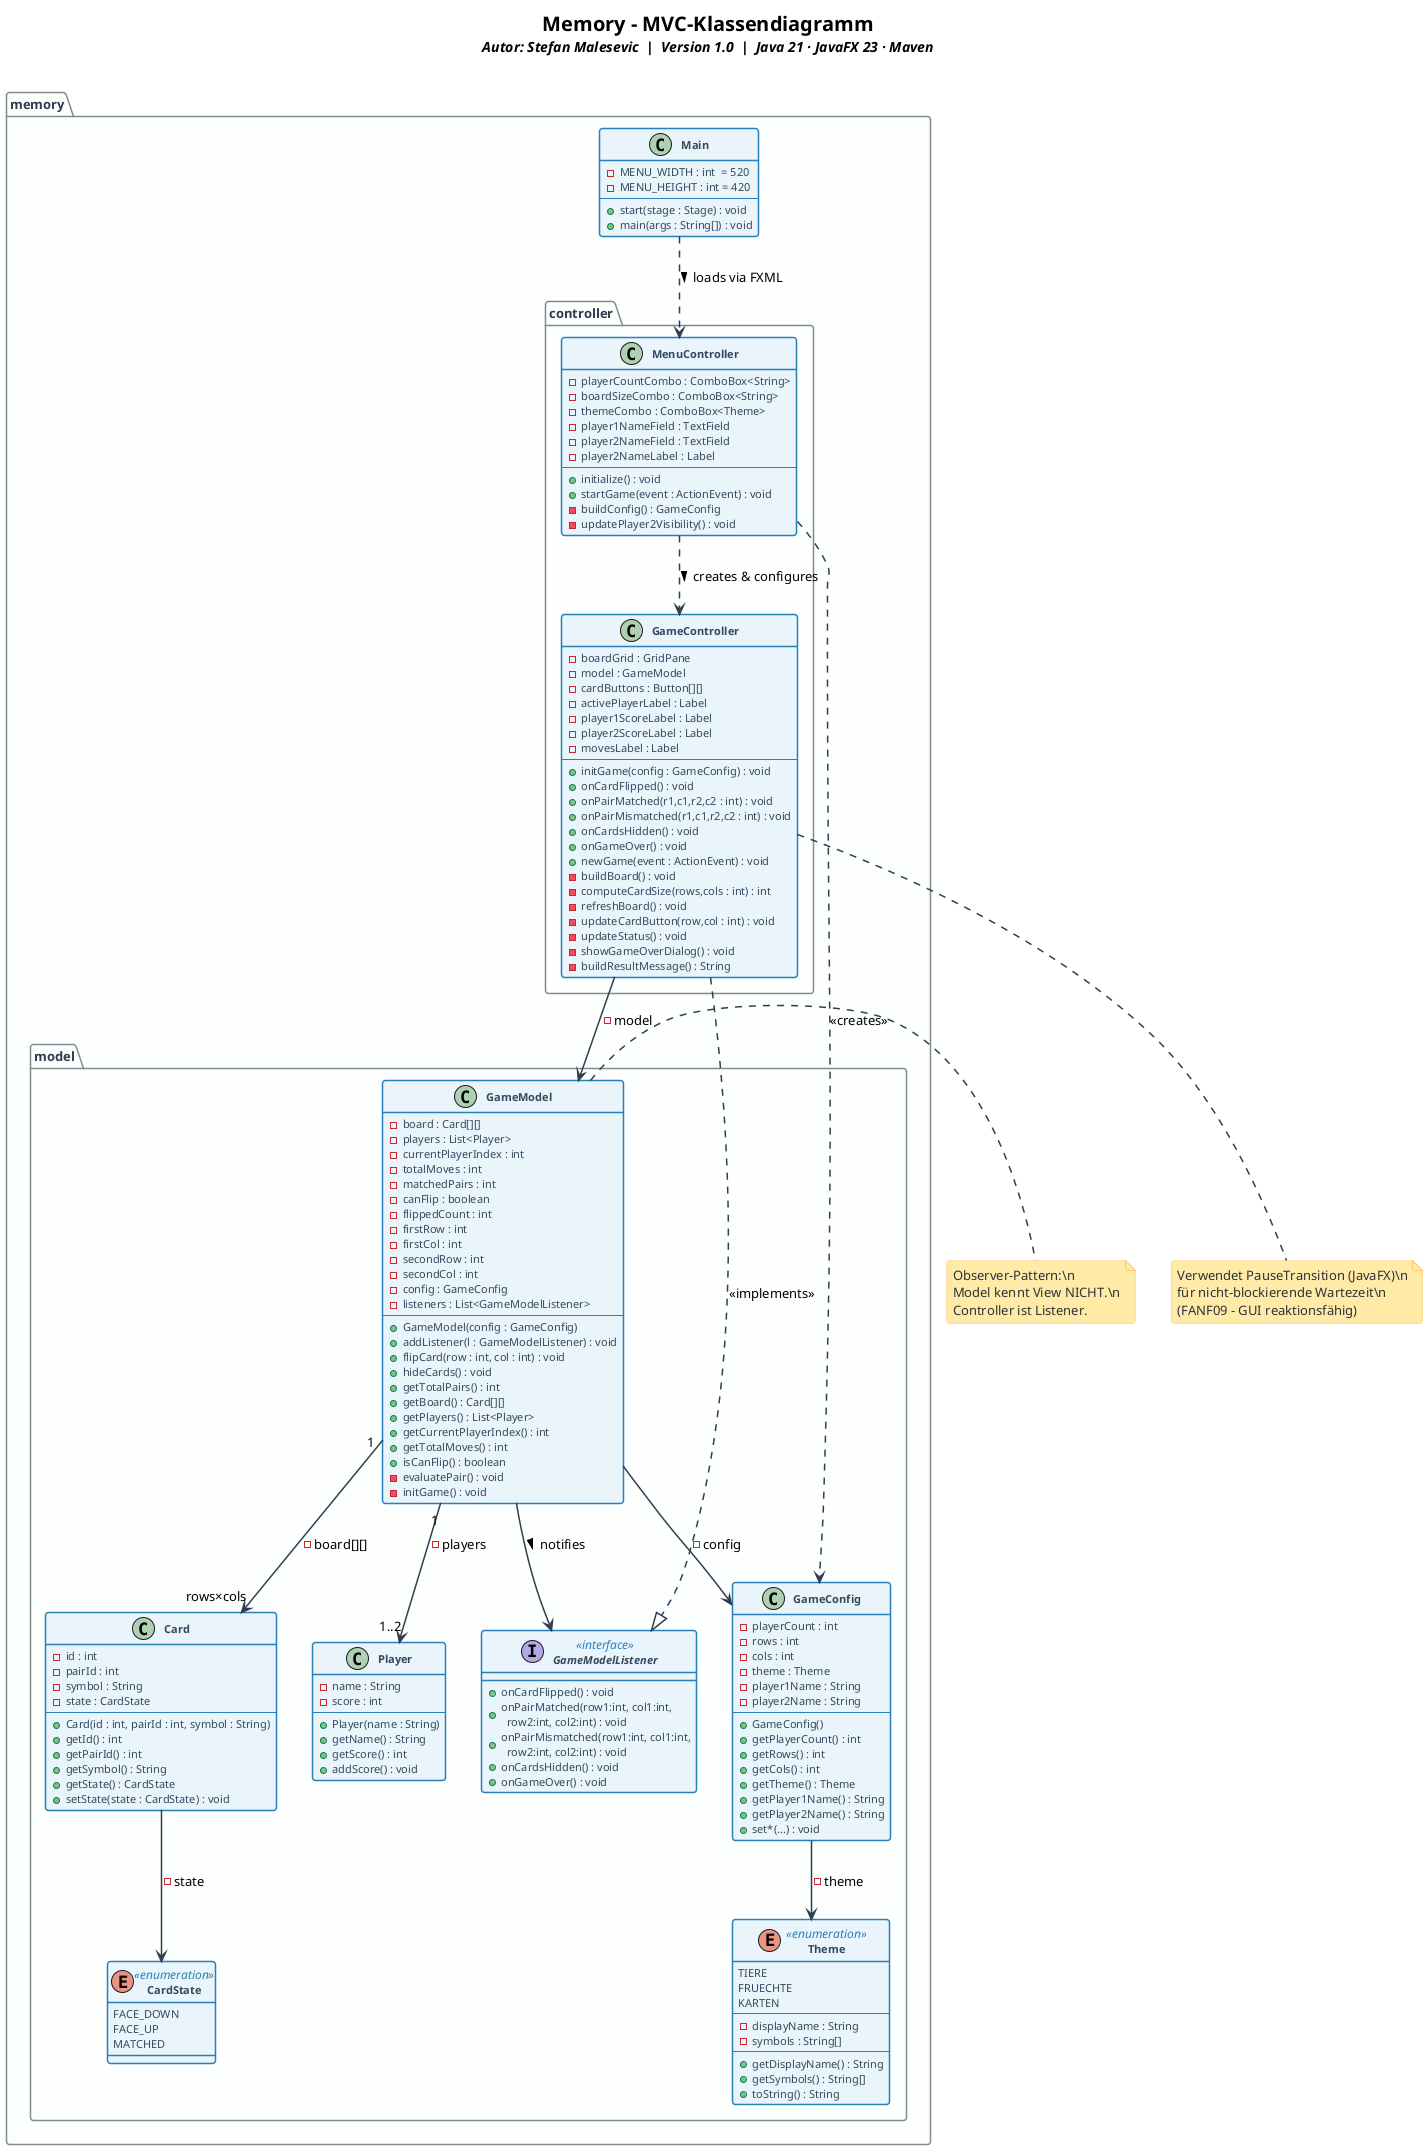
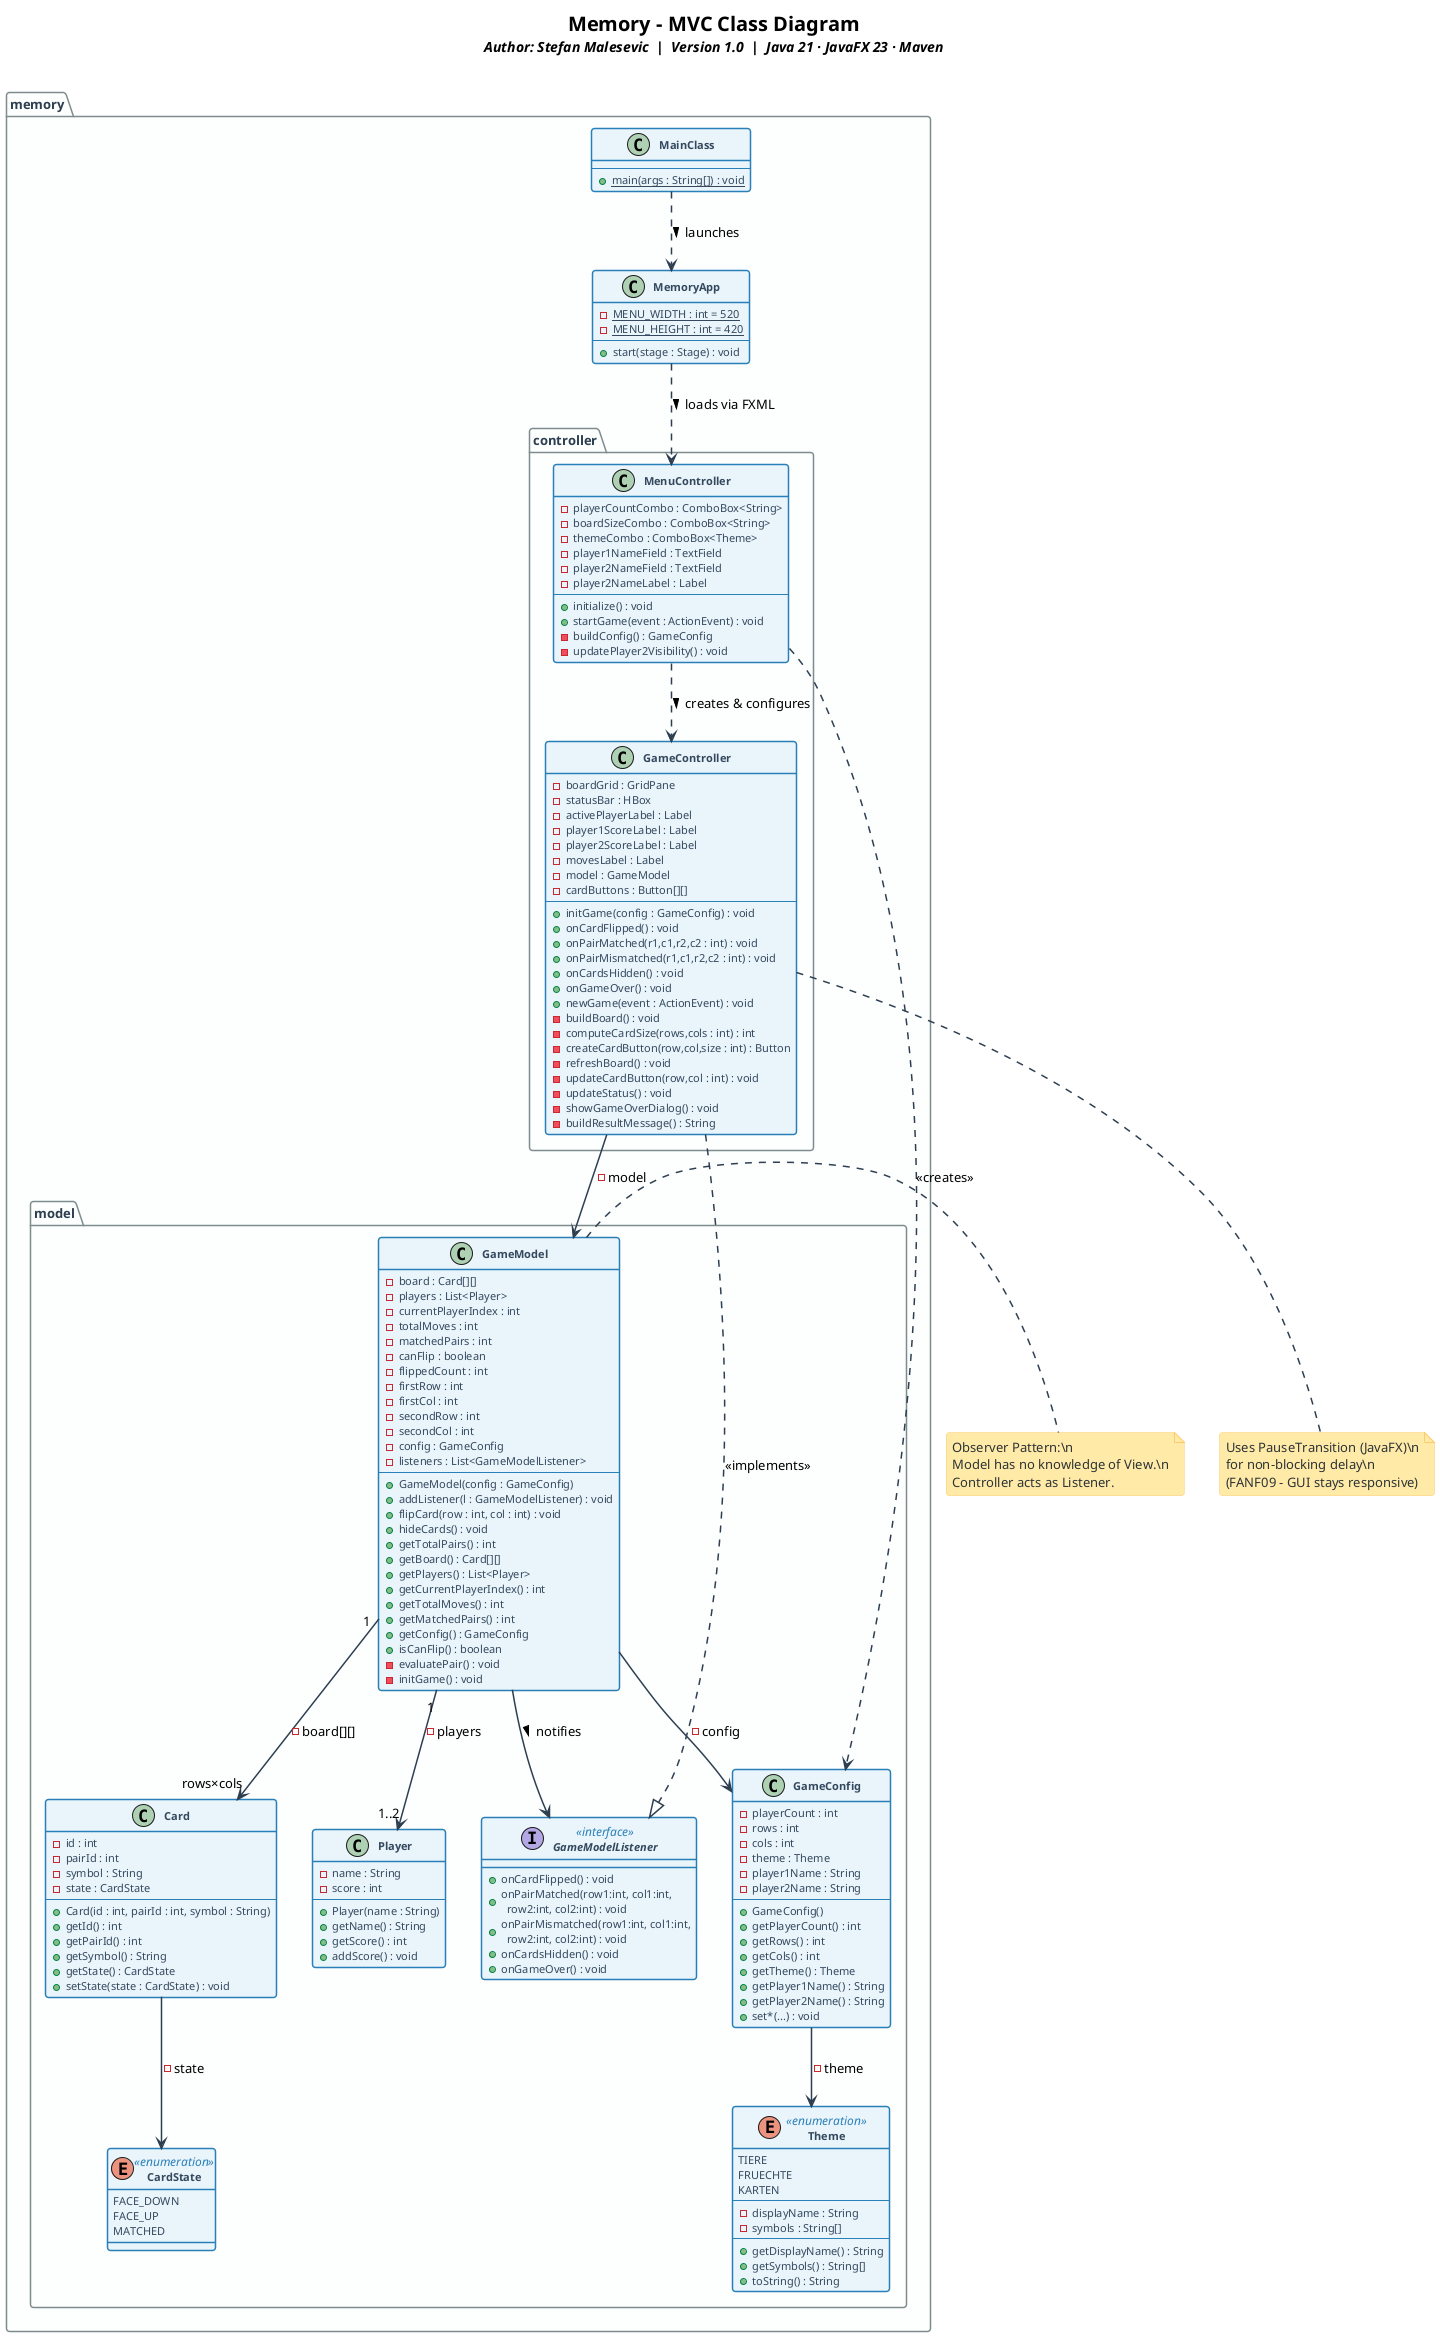
- @startuml Memory_Klassendiagramm
+ @startuml Memory_ClassDiagram

skinparam backgroundColor #FFFFFF
skinparam shadowing false
skinparam roundcorner 6
skinparam ArrowThickness 1.5
skinparam ArrowColor #2C3E50
skinparam classFontSize 12
skinparam classAttributeFontSize 11
skinparam classFontStyle bold
skinparam classAttributeFontColor #2C3E50
skinparam classBorderColor #2C3E50
skinparam classBorderThickness 1.5

skinparam class {
    BackgroundColor #EAF4FB
    BorderColor #2980B9
    FontColor #1A252F
    AttributeFontColor #34495E
    StereotypeFontColor #2980B9
}

skinparam interface {
    BackgroundColor #FEF9E7
    BorderColor #F39C12
    FontColor #784212
}

skinparam enum {
    BackgroundColor #EAFAF1
    BorderColor #27AE60
    FontColor #145A32
}

skinparam package {
    BackgroundColor #FDFEFE
    BorderColor #7F8C8D
    FontColor #2C3E50
    FontStyle bold
    FontSize 13
}

skinparam note {
    BackgroundColor #FFEAA7
    BorderColor #FDCB6E
    FontColor #2D3436
}

- title <size:20><b>Memory – MVC-Klassendiagramm</b></size>\n<i>Autor: Stefan Malesevic  |  Version 1.0  |  Java 21 · JavaFX 23 · Maven</i>\n
- 
- ' ════════════════════════════════════════════════════════
- ' PAKET: memory.model
+ title <size:20><b>Memory – MVC Class Diagram</b></size>\n<i>Author: Stefan Malesevic  |  Version 1.0  |  Java 21 · JavaFX 23 · Maven</i>\n
+ 
+ ' ════════════════════════════════════════════════════════
+ ' PACKAGE: memory.model
' ════════════════════════════════════════════════════════
package "memory.model" {

    enum CardState <<enumeration>> {
        FACE_DOWN
        FACE_UP
        MATCHED
    }

    enum Theme <<enumeration>> {
        TIERE
        FRUECHTE
        KARTEN
        --
        - displayName : String
        - symbols : String[]
        --
        + getDisplayName() : String
        + getSymbols() : String[]
        + toString() : String
    }

    class Card {
        - id : int
        - pairId : int
        - symbol : String
        - state : CardState
        --
        + Card(id : int, pairId : int, symbol : String)
        + getId() : int
        + getPairId() : int
        + getSymbol() : String
        + getState() : CardState
        + setState(state : CardState) : void
    }

    class Player {
        - name : String
        - score : int
        --
        + Player(name : String)
        + getName() : String
        + getScore() : int
        + addScore() : void
    }

    class GameConfig {
        - playerCount : int
        - rows : int
        - cols : int
        - theme : Theme
        - player1Name : String
        - player2Name : String
        --
        + GameConfig()
        + getPlayerCount() : int
        + getRows() : int
        + getCols() : int
        + getTheme() : Theme
        + getPlayer1Name() : String
        + getPlayer2Name() : String
        + set*(...) : void
    }

    interface GameModelListener <<interface>> {
        + onCardFlipped() : void
        + onPairMatched(row1:int, col1:int,\n  row2:int, col2:int) : void
        + onPairMismatched(row1:int, col1:int,\n  row2:int, col2:int) : void
        + onCardsHidden() : void
        + onGameOver() : void
    }

    class GameModel {
        - board : Card[][]
        - players : List<Player>
        - currentPlayerIndex : int
        - totalMoves : int
        - matchedPairs : int
        - canFlip : boolean
        - flippedCount : int
        - firstRow : int
        - firstCol : int
        - secondRow : int
        - secondCol : int
        - config : GameConfig
        - listeners : List<GameModelListener>
        --
        + GameModel(config : GameConfig)
        + addListener(l : GameModelListener) : void
        + flipCard(row : int, col : int) : void
        + hideCards() : void
        + getTotalPairs() : int
        + getBoard() : Card[][]
        + getPlayers() : List<Player>
        + getCurrentPlayerIndex() : int
        + getTotalMoves() : int
+         + getMatchedPairs() : int
+         + getConfig() : GameConfig
        + isCanFlip() : boolean
        - evaluatePair() : void
        - initGame() : void
    }

-     ' Beziehungen im Model
+     ' Relationships within the model
    Card         -->  CardState        : - state
    GameConfig   -->  Theme            : - theme
    GameModel   "1" --> "rows×cols"  Card         : - board[][]
    GameModel   "1" --> "1..2"       Player       : - players
    GameModel    -->  GameConfig      : - config
    GameModel    -->  GameModelListener : notifies >

}

' ════════════════════════════════════════════════════════
- ' PAKET: memory.controller
+ ' PACKAGE: memory.controller
' ════════════════════════════════════════════════════════
package "memory.controller" {

    class MenuController {
        - playerCountCombo : ComboBox<String>
        - boardSizeCombo : ComboBox<String>
        - themeCombo : ComboBox<Theme>
        - player1NameField : TextField
        - player2NameField : TextField
        - player2NameLabel : Label
        --
        + initialize() : void
        + startGame(event : ActionEvent) : void
        - buildConfig() : GameConfig
        - updatePlayer2Visibility() : void
    }

    class GameController {
        - boardGrid : GridPane
-         - model : GameModel
-         - cardButtons : Button[][]
+         - statusBar : HBox
        - activePlayerLabel : Label
        - player1ScoreLabel : Label
        - player2ScoreLabel : Label
        - movesLabel : Label
+         - model : GameModel
+         - cardButtons : Button[][]
        --
        + initGame(config : GameConfig) : void
        + onCardFlipped() : void
        + onPairMatched(r1,c1,r2,c2 : int) : void
        + onPairMismatched(r1,c1,r2,c2 : int) : void
        + onCardsHidden() : void
        + onGameOver() : void
        + newGame(event : ActionEvent) : void
        - buildBoard() : void
        - computeCardSize(rows,cols : int) : int
+         - createCardButton(row,col,size : int) : Button
        - refreshBoard() : void
        - updateCardButton(row,col : int) : void
        - updateStatus() : void
        - showGameOverDialog() : void
        - buildResultMessage() : String
    }

-     ' Beziehungen im Controller
+     ' Relationships within the controller
    GameController    ..|>   GameModelListener  : <<implements>>
    GameController    -->    GameModel          : - model
    MenuController    ..>    GameController     : creates & configures >
    MenuController    ..>    GameConfig         : <<creates>>

}

' ════════════════════════════════════════════════════════
- ' PAKET: memory (Einstiegspunkt)
+ ' PACKAGE: memory (entry point)
' ════════════════════════════════════════════════════════
package "memory" {

-     class Main {
-         - MENU_WIDTH : int  = 520
-         - MENU_HEIGHT : int = 420
+     class MainClass {
+         --
+         + {static} main(args : String[]) : void
+     }
+ 
+     class MemoryApp {
+         - {static} MENU_WIDTH : int = 520
+         - {static} MENU_HEIGHT : int = 420
        --
        + start(stage : Stage) : void
-         + main(args : String[]) : void
-     }
- 
-     Main ..>  MenuController : loads via FXML >
- 
- }
- 
- ' Querverweis Controller → Model (packageübergreifend)
+     }
+ 
+     MainClass  ..>  MemoryApp      : launches >
+     MemoryApp  ..>  MenuController : loads via FXML >
+ 
+ }
+ 
+ ' Cross-package note
note bottom of GameController
-   Verwendet PauseTransition (JavaFX)\n
-   für nicht-blockierende Wartezeit\n
-   (FANF09 – GUI reaktionsfähig)
+   Uses PauseTransition (JavaFX)\n
+   for non-blocking delay\n
+   (FANF09 – GUI stays responsive)
end note

note right of GameModel
-   Observer-Pattern:\n
-   Model kennt View NICHT.\n
-   Controller ist Listener.
+   Observer Pattern:\n
+   Model has no knowledge of View.\n
+   Controller acts as Listener.
end note

@enduml
